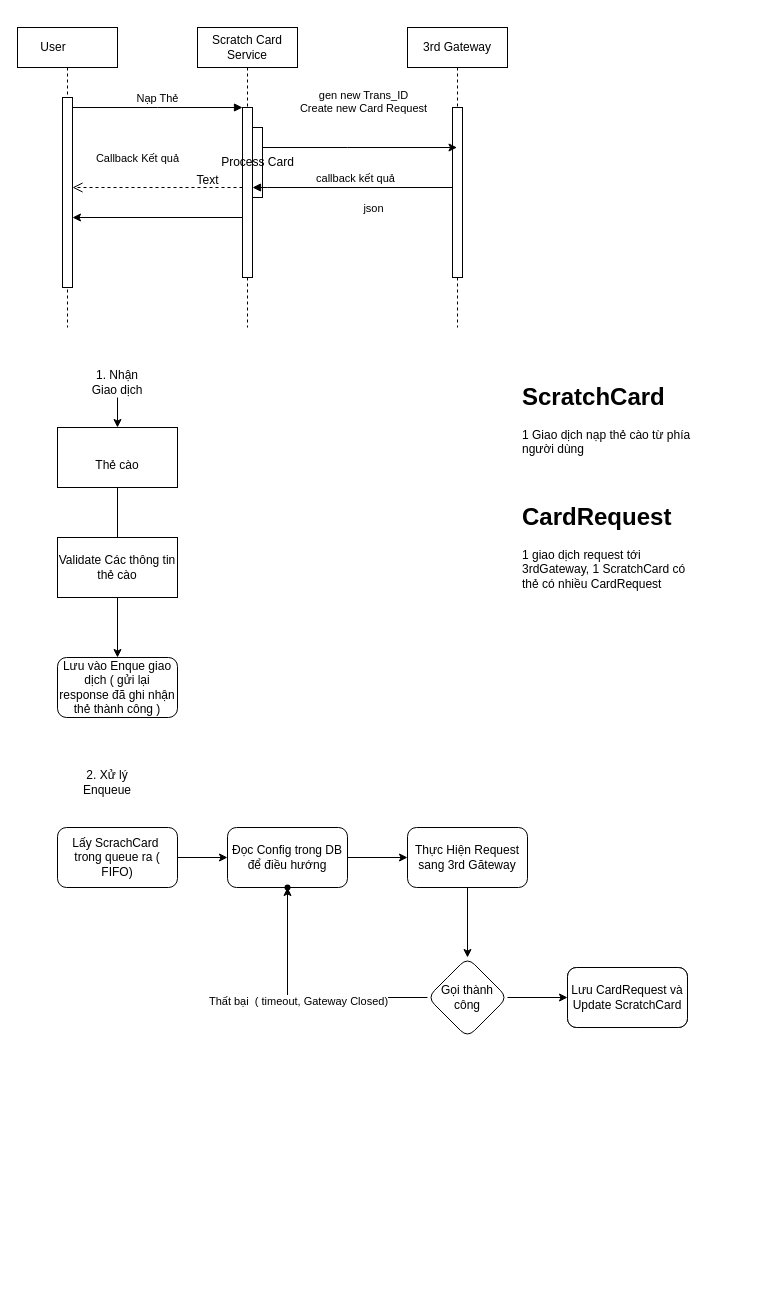
This is wallnet_bank_sequent.drawio from bachdev/diagram, a draw.io file, before an edit. Source tidied: cells renumbered, new cells numbered last; positions are measured from the earlier drawing's top-left corner, leaving out a move shared by most shapes. Both pictures are drawn from the tidied source at 100%, with x=0, y=0 at pixel (17, 27).
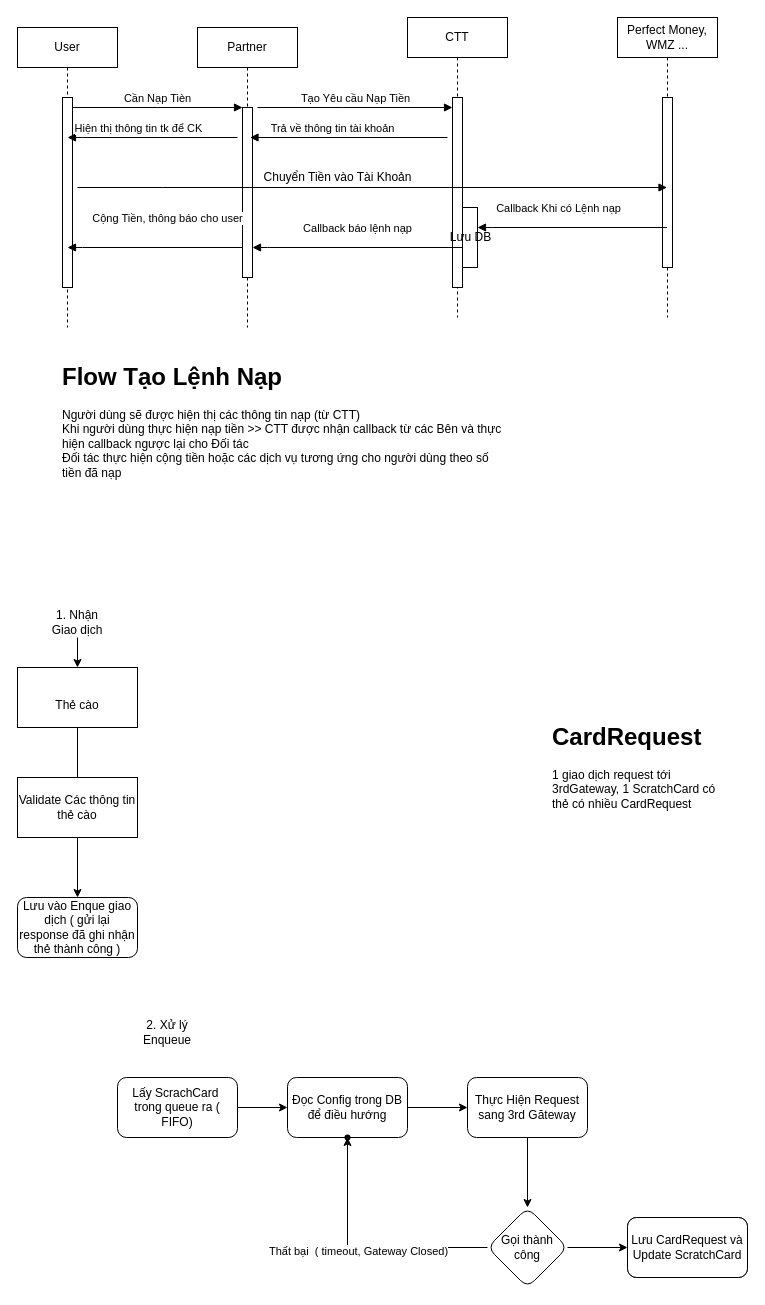
The same diagram, later.

Unchanged cells that the change refers to:
```xml
<mxCell id="3" style="html=1;points=[];perimeter=orthogonalPerimeter;outlineConnect=0;targetShapes=umlLifeline;portConstraint=eastwest;newEdgeStyle={&quot;edgeStyle&quot;:&quot;elbowEdgeStyle&quot;,&quot;elbow&quot;:&quot;vertical&quot;,&quot;curved&quot;:0,&quot;rounded&quot;:0};" parent="2" vertex="1">
  <mxGeometry x="45" y="70" width="10" height="190" as="geometry" />
</mxCell>
<mxCell id="5" style="html=1;points=[];perimeter=orthogonalPerimeter;outlineConnect=0;targetShapes=umlLifeline;portConstraint=eastwest;newEdgeStyle={&quot;edgeStyle&quot;:&quot;elbowEdgeStyle&quot;,&quot;elbow&quot;:&quot;vertical&quot;,&quot;curved&quot;:0,&quot;rounded&quot;:0};" parent="4" vertex="1">
  <mxGeometry x="45" y="80" width="10" height="170" as="geometry" />
</mxCell>
```

What changed in the source:
```diff
@@
-    <mxCell id="2" value="User&lt;span style=&quot;white-space: pre;&quot;&gt;&#9;&lt;/span&gt;" style="shape=umlLifeline;perimeter=lifelinePerimeter;whiteSpace=wrap;html=1;newEdgeStyle={&quot;edgeStyle&quot;:&quot;elbowEdgeStyle&quot;,&quot;elbow&quot;:&quot;vertical&quot;,&quot;curved&quot;:0,&quot;rounded&quot;:0};" parent="1" vertex="1">
+    <mxCell id="2" value="User" style="shape=umlLifeline;perimeter=lifelinePerimeter;whiteSpace=wrap;html=1;newEdgeStyle={&quot;edgeStyle&quot;:&quot;elbowEdgeStyle&quot;,&quot;elbow&quot;:&quot;vertical&quot;,&quot;curved&quot;:0,&quot;rounded&quot;:0};" parent="1" vertex="1">
       <mxGeometry width="100" height="300" as="geometry" />
     </mxCell>
@@
-    <mxCell id="4" value="Scratch Card Service" style="shape=umlLifeline;perimeter=lifelinePerimeter;whiteSpace=wrap;html=1;newEdgeStyle={&quot;edgeStyle&quot;:&quot;elbowEdgeStyle&quot;,&quot;elbow&quot;:&quot;vertical&quot;,&quot;curved&quot;:0,&quot;rounded&quot;:0};" parent="1" vertex="1">
+    <mxCell id="4" value="Partner" style="shape=umlLifeline;perimeter=lifelinePerimeter;whiteSpace=wrap;html=1;newEdgeStyle={&quot;edgeStyle&quot;:&quot;elbowEdgeStyle&quot;,&quot;elbow&quot;:&quot;vertical&quot;,&quot;curved&quot;:0,&quot;rounded&quot;:0};" parent="1" vertex="1">
       <mxGeometry x="180" width="100" height="300" as="geometry" />
     </mxCell>
@@
-    <mxCell id="6" value="Process Card" style="html=1;points=[];perimeter=orthogonalPerimeter;outlineConnect=0;targetShapes=umlLifeline;portConstraint=eastwest;newEdgeStyle={&quot;edgeStyle&quot;:&quot;elbowEdgeStyle&quot;,&quot;elbow&quot;:&quot;vertical&quot;,&quot;curved&quot;:0,&quot;rounded&quot;:0};" parent="4" vertex="1">
-      <mxGeometry x="55" y="100" width="10" height="70" as="geometry" />
-    </mxCell>
-    <mxCell id="7" value="Nạp Thẻ" style="html=1;verticalAlign=bottom;endArrow=block;edgeStyle=elbowEdgeStyle;elbow=vertical;curved=0;rounded=0;" parent="1" edge="1" source="3" target="5">
+    <mxCell id="7" value="Cần Nạp Tièn" style="html=1;verticalAlign=bottom;endArrow=block;edgeStyle=elbowEdgeStyle;elbow=vertical;curved=0;rounded=0;" parent="1" edge="1" source="3" target="5">
       <mxGeometry relative="1" as="geometry">
         <Array as="points">
           <mxPoint x="140" y="80" />
         </Array>
       </mxGeometry>
     </mxCell>
-    <mxCell id="8" value="Callback Kết quả" style="html=1;verticalAlign=bottom;endArrow=open;dashed=1;endSize=8;edgeStyle=elbowEdgeStyle;elbow=vertical;curved=0;rounded=0;" parent="1" edge="1" source="5" target="3">
-      <mxGeometry x="0.24" y="-20" relative="1" as="geometry">
-        <Array as="points">
-          <mxPoint x="150" y="160" />
-          <mxPoint x="150" y="240" />
-        </Array>
-      </mxGeometry>
-    </mxCell>
-    <mxCell id="9" value="callback kết quả" style="html=1;verticalAlign=bottom;endArrow=block;edgeStyle=elbowEdgeStyle;elbow=vertical;curved=0;rounded=0;" parent="1" edge="1" source="11" target="5">
-      <mxGeometry relative="1" as="geometry">
-        <Array as="points">
-          <mxPoint x="250" y="160" />
-        </Array>
-      </mxGeometry>
-    </mxCell>
-    <mxCell id="10" value="json" style="edgeLabel;html=1;align=center;verticalAlign=middle;" parent="9" vertex="1">
-      <mxGeometry x="-0.28" y="1" relative="1" as="geometry">
-        <mxPoint x="-10" y="19" as="offset" />
-      </mxGeometry>
-    </mxCell>
-    <mxCell id="11" value="3rd Gateway" style="shape=umlLifeline;perimeter=lifelinePerimeter;whiteSpace=wrap;html=1;outlineConnect=0;portConstraint=eastwest;newEdgeStyle={&quot;edgeStyle&quot;:&quot;elbowEdgeStyle&quot;,&quot;elbow&quot;:&quot;vertical&quot;,&quot;curved&quot;:0,&quot;rounded&quot;:0};" parent="1" vertex="1">
-      <mxGeometry x="390" width="100" height="300" as="geometry" />
+    <mxCell id="11" value="Perfect Money, WMZ ..." style="shape=umlLifeline;perimeter=lifelinePerimeter;whiteSpace=wrap;html=1;outlineConnect=0;portConstraint=eastwest;newEdgeStyle={&quot;edgeStyle&quot;:&quot;elbowEdgeStyle&quot;,&quot;elbow&quot;:&quot;vertical&quot;,&quot;curved&quot;:0,&quot;rounded&quot;:0};" parent="1" vertex="1">
+      <mxGeometry x="600" y="-10" width="100" height="300" as="geometry" />
     </mxCell>
@@
-    <mxCell id="13" style="edgeStyle=elbowEdgeStyle;rounded=0;jettySize=auto;html=1;elbow=vertical;curved=0;" parent="1" edge="1" source="6" target="11">
-      <mxGeometry relative="1" as="geometry">
-        <Array as="points">
-          <mxPoint x="330" y="120" />
-        </Array>
-      </mxGeometry>
-    </mxCell>
-    <mxCell id="14" value="&lt;div&gt;gen new Trans_ID&lt;/div&gt;&lt;div&gt;Create new Card Request&lt;/div&gt;&lt;div&gt;&lt;br&gt;&lt;/div&gt;" style="edgeLabel;html=1;align=center;verticalAlign=middle;" parent="13" vertex="1">
-      <mxGeometry x="0.06" y="1" relative="1" as="geometry">
-        <mxPoint x="-3" y="-39" as="offset" />
-      </mxGeometry>
-    </mxCell>
@@
     <mxCell id="16" value="&lt;div&gt;&amp;nbsp;&lt;br&gt;&lt;/div&gt;&lt;div&gt;Thẻ cào&lt;/div&gt;" style="rounded=0;whiteSpace=wrap;html=1;" parent="1" vertex="1">
-      <mxGeometry x="40" y="400" width="120" height="60" as="geometry" />
+      <mxGeometry y="640" width="120" height="60" as="geometry" />
     </mxCell>
     <mxCell id="17" value="Lưu vào Enque giao dịch ( gửi lại response đã ghi nhận thẻ thành công )" style="rounded=1;whiteSpace=wrap;html=1;" parent="1" vertex="1">
-      <mxGeometry x="40" y="630" width="120" height="60" as="geometry" />
+      <mxGeometry y="870" width="120" height="60" as="geometry" />
     </mxCell>
-    <mxCell id="18" value="&lt;h1&gt;ScratchCard&lt;br&gt;&lt;/h1&gt;&lt;p&gt;1 Giao dịch nạp thẻ cào từ phía người dùng&lt;br&gt;&lt;/p&gt;" style="text;html=1;strokeColor=none;fillColor=none;spacing=5;spacingTop=-20;whiteSpace=wrap;overflow=hidden;rounded=0;" parent="1" vertex="1">
-      <mxGeometry x="500" y="350" width="190" height="120" as="geometry" />
+    <mxCell id="18" value="&lt;h1&gt;Flow Tạo Lệnh Nạp &lt;br&gt;&lt;/h1&gt;&lt;div&gt;Người dùng sẽ được hiện thị các thông tin nạp (từ CTT)&lt;/div&gt;&lt;div&gt;Khi người dùng thực hiện nạp tiền &amp;gt;&amp;gt; CTT được nhận callback từ các Bên và thực hiện callback ngược lại cho Đối tác&lt;/div&gt;&lt;div&gt;Đối tác thực hiện cộng tiền hoặc các dịch vụ tương ứng cho người dùng theo số tiền đã nạp&lt;br&gt;&lt;/div&gt;" style="text;html=1;strokeColor=none;fillColor=none;spacing=5;spacingTop=-20;whiteSpace=wrap;overflow=hidden;rounded=0;" parent="1" vertex="1">
+      <mxGeometry x="40" y="330" width="450" height="250" as="geometry" />
     </mxCell>
     <mxCell id="19" value="&lt;h1&gt;CardRequest&lt;br&gt;&lt;/h1&gt;&lt;p&gt;1 giao dịch request tới 3rdGateway, 1 ScratchCard có thẻ có nhiều CardRequest&lt;br&gt;&lt;/p&gt;" style="text;html=1;strokeColor=none;fillColor=none;spacing=5;spacingTop=-20;whiteSpace=wrap;overflow=hidden;rounded=0;" parent="1" vertex="1">
-      <mxGeometry x="500" y="470" width="190" height="120" as="geometry" />
+      <mxGeometry x="530" y="690" width="190" height="120" as="geometry" />
     </mxCell>
     <mxCell id="20" value="Validate Các thông tin thẻ cào" style="rounded=0;whiteSpace=wrap;html=1;" parent="1" vertex="1">
-      <mxGeometry x="40" y="510" width="120" height="60" as="geometry" />
+      <mxGeometry y="750" width="120" height="60" as="geometry" />
     </mxCell>
@@
     <mxCell id="22" value="1. Nhận Giao dịch" style="text;html=1;strokeColor=none;fillColor=none;align=center;verticalAlign=middle;whiteSpace=wrap;rounded=0;" parent="1" vertex="1">
-      <mxGeometry x="70" y="340" width="60" height="30" as="geometry" />
+      <mxGeometry x="30" y="580" width="60" height="30" as="geometry" />
     </mxCell>
     <mxCell id="23" value="2. Xử lý Enqueue" style="text;html=1;strokeColor=none;fillColor=none;align=center;verticalAlign=middle;whiteSpace=wrap;rounded=0;" parent="1" vertex="1">
-      <mxGeometry x="60" y="740" width="60" height="30" as="geometry" />
+      <mxGeometry x="120" y="990" width="60" height="30" as="geometry" />
     </mxCell>
@@
     <mxCell id="25" value="Lấy ScrachCard&amp;nbsp; trong queue ra ( FIFO)" style="rounded=1;whiteSpace=wrap;html=1;" parent="1" vertex="1">
-      <mxGeometry x="40" y="800" width="120" height="60" as="geometry" />
+      <mxGeometry x="100" y="1050" width="120" height="60" as="geometry" />
     </mxCell>
@@
     <mxCell id="27" value="Đọc Config trong DB để điều hướng " style="rounded=1;whiteSpace=wrap;html=1;" parent="1" vertex="1">
-      <mxGeometry x="210" y="800" width="120" height="60" as="geometry" />
+      <mxGeometry x="270" y="1050" width="120" height="60" as="geometry" />
     </mxCell>
@@
     <mxCell id="29" value="Thực Hiện Request sang 3rd Găteway" style="rounded=1;whiteSpace=wrap;html=1;" parent="1" vertex="1">
-      <mxGeometry x="390" y="800" width="120" height="60" as="geometry" />
+      <mxGeometry x="450" y="1050" width="120" height="60" as="geometry" />
     </mxCell>
@@
     <mxCell id="33" value="Gọi thành công" style="rhombus;whiteSpace=wrap;html=1;rounded=1;" parent="1" vertex="1">
-      <mxGeometry x="410" y="930" width="80" height="80" as="geometry" />
+      <mxGeometry x="470" y="1180" width="80" height="80" as="geometry" />
     </mxCell>
     <mxCell id="34" style="rounded=1;whiteSpace=wrap;html=1;" parent="1" vertex="1">
-      <mxGeometry x="550" y="940" width="120" height="60" as="geometry" />
+      <mxGeometry x="610" y="1190" width="120" height="60" as="geometry" />
     </mxCell>
     <mxCell id="35" style="shape=waypoint;sketch=0;size=6;points=[];fillColor=default;perimeter=centerPerimeter;snapToPoint=1;rounded=1;" parent="1" vertex="1">
-      <mxGeometry x="260" y="850" width="20" height="20" as="geometry" />
+      <mxGeometry x="320" y="1100" width="20" height="20" as="geometry" />
     </mxCell>
     <mxCell id="36" value="Lưu CardRequest và Update ScratchCard " style="rounded=1;whiteSpace=wrap;html=1;" parent="1" vertex="1">
-      <mxGeometry x="550" y="940" width="120" height="60" as="geometry" />
+      <mxGeometry x="610" y="1190" width="120" height="60" as="geometry" />
     </mxCell>
-    <mxCell id="37" style="edgeStyle=orthogonalEdgeStyle;rounded=0;orthogonalLoop=1;jettySize=auto;html=1;" parent="1" edge="1">
-      <mxGeometry relative="1" as="geometry">
-        <mxPoint x="225" y="190" as="sourcePoint" />
-        <mxPoint x="55" y="190" as="targetPoint" />
-      </mxGeometry>
-    </mxCell>
-    <mxCell id="38" value="Text" style="text;html=1;align=center;verticalAlign=middle;strokeColor=none;fillColor=none;" parent="1" vertex="1">
-      <mxGeometry x="170" y="138" width="40" height="30" as="geometry" />
+    <mxCell id="38" value="Chuyển Tiền vào Tài Khoản" style="text;html=1;align=center;verticalAlign=middle;strokeColor=none;fillColor=none;" parent="1" vertex="1">
+      <mxGeometry x="235" y="135" width="170" height="30" as="geometry" />
     </mxCell>
+    <mxCell id="39" value="CTT" style="shape=umlLifeline;perimeter=lifelinePerimeter;whiteSpace=wrap;html=1;newEdgeStyle={&quot;edgeStyle&quot;:&quot;elbowEdgeStyle&quot;,&quot;elbow&quot;:&quot;vertical&quot;,&quot;curved&quot;:0,&quot;rounded&quot;:0};" parent="1" vertex="1">
+      <mxGeometry x="390" y="-10" width="100" height="300" as="geometry" />
+    </mxCell>
+    <mxCell id="40" style="html=1;points=[];perimeter=orthogonalPerimeter;outlineConnect=0;targetShapes=umlLifeline;portConstraint=eastwest;newEdgeStyle={&quot;edgeStyle&quot;:&quot;elbowEdgeStyle&quot;,&quot;elbow&quot;:&quot;vertical&quot;,&quot;curved&quot;:0,&quot;rounded&quot;:0};" parent="39" vertex="1">
+      <mxGeometry x="45" y="80" width="10" height="190" as="geometry" />
+    </mxCell>
+    <mxCell id="41" value="Lưu DB" style="html=1;points=[[0,0,0,0,5],[0,1,0,0,-5],[1,0,0,0,5],[1,1,0,0,-5]];perimeter=orthogonalPerimeter;outlineConnect=0;targetShapes=umlLifeline;portConstraint=eastwest;newEdgeStyle={&quot;curved&quot;:0,&quot;rounded&quot;:0};" parent="39" vertex="1">
+      <mxGeometry x="55" y="190" width="15" height="60" as="geometry" />
+    </mxCell>
+    <mxCell id="42" value="Tạo Yêu cầu Nạp Tiền" style="html=1;verticalAlign=bottom;endArrow=block;edgeStyle=elbowEdgeStyle;elbow=vertical;curved=0;rounded=0;" parent="1" edge="1" target="40">
+      <mxGeometry relative="1" as="geometry">
+        <mxPoint x="240" y="80" as="sourcePoint" />
+        <Array as="points">
+          <mxPoint x="325" y="80" />
+        </Array>
+      </mxGeometry>
+    </mxCell>
+    <mxCell id="43" value="Trả về thông tin tài khoản" style="html=1;verticalAlign=bottom;endArrow=block;edgeStyle=elbowEdgeStyle;elbow=vertical;curved=0;rounded=0;" parent="1" edge="1">
+      <mxGeometry x="0.16" relative="1" as="geometry">
+        <mxPoint x="430" y="110" as="sourcePoint" />
+        <mxPoint x="232.5" y="110" as="targetPoint" />
+        <Array as="points">
+          <mxPoint x="247.5" y="110" />
+        </Array>
+      </mxGeometry>
+    </mxCell>
+    <mxCell id="44" value="Hiện thị thông tin tk để CK" style="html=1;verticalAlign=bottom;endArrow=block;edgeStyle=elbowEdgeStyle;elbow=vertical;curved=0;rounded=0;" parent="1" edge="1">
+      <mxGeometry x="0.16" relative="1" as="geometry">
+        <mxPoint x="220" y="110" as="sourcePoint" />
+        <mxPoint x="50" y="110" as="targetPoint" />
+        <Array as="points">
+          <mxPoint x="65" y="110" />
+        </Array>
+      </mxGeometry>
+    </mxCell>
+    <mxCell id="45" style="html=1;verticalAlign=bottom;endArrow=block;edgeStyle=elbowEdgeStyle;elbow=vertical;curved=0;rounded=0;" parent="1" edge="1" target="11">
+      <mxGeometry x="-0.71" y="30" relative="1" as="geometry">
+        <mxPoint x="60" y="160" as="sourcePoint" />
+        <Array as="points">
+          <mxPoint x="145" y="160" />
+        </Array>
+      </mxGeometry>
+    </mxCell>
+    <mxCell id="46" value="Callback Khi có Lệnh nạp" style="html=1;verticalAlign=bottom;endArrow=block;edgeStyle=elbowEdgeStyle;elbow=vertical;curved=0;rounded=0;" parent="1" edge="1" source="11">
+      <mxGeometry x="0.16" y="-10" relative="1" as="geometry">
+        <mxPoint x="460" y="200" as="targetPoint" />
+        <Array as="points">
+          <mxPoint x="475" y="200" />
+        </Array>
+        <mxPoint x="1" as="offset" />
+      </mxGeometry>
+    </mxCell>
+    <mxCell id="47" value="Callback báo lệnh nạp" style="html=1;verticalAlign=bottom;endArrow=block;edgeStyle=elbowEdgeStyle;elbow=vertical;curved=0;rounded=0;" parent="1" edge="1" source="41">
+      <mxGeometry y="-10" relative="1" as="geometry">
+        <mxPoint x="235" y="220" as="targetPoint" />
+        <Array as="points">
+          <mxPoint x="250" y="220" />
+        </Array>
+      </mxGeometry>
+    </mxCell>
+    <mxCell id="48" value="Cộng Tiền, thông báo cho user " style="html=1;verticalAlign=bottom;endArrow=block;edgeStyle=elbowEdgeStyle;elbow=vertical;curved=0;rounded=0;" parent="1" edge="1" source="5">
+      <mxGeometry x="-0.14" y="-20" relative="1" as="geometry">
+        <mxPoint x="50" y="220" as="targetPoint" />
+        <Array as="points">
+          <mxPoint x="65" y="220" />
+        </Array>
+      </mxGeometry>
+    </mxCell>
```
